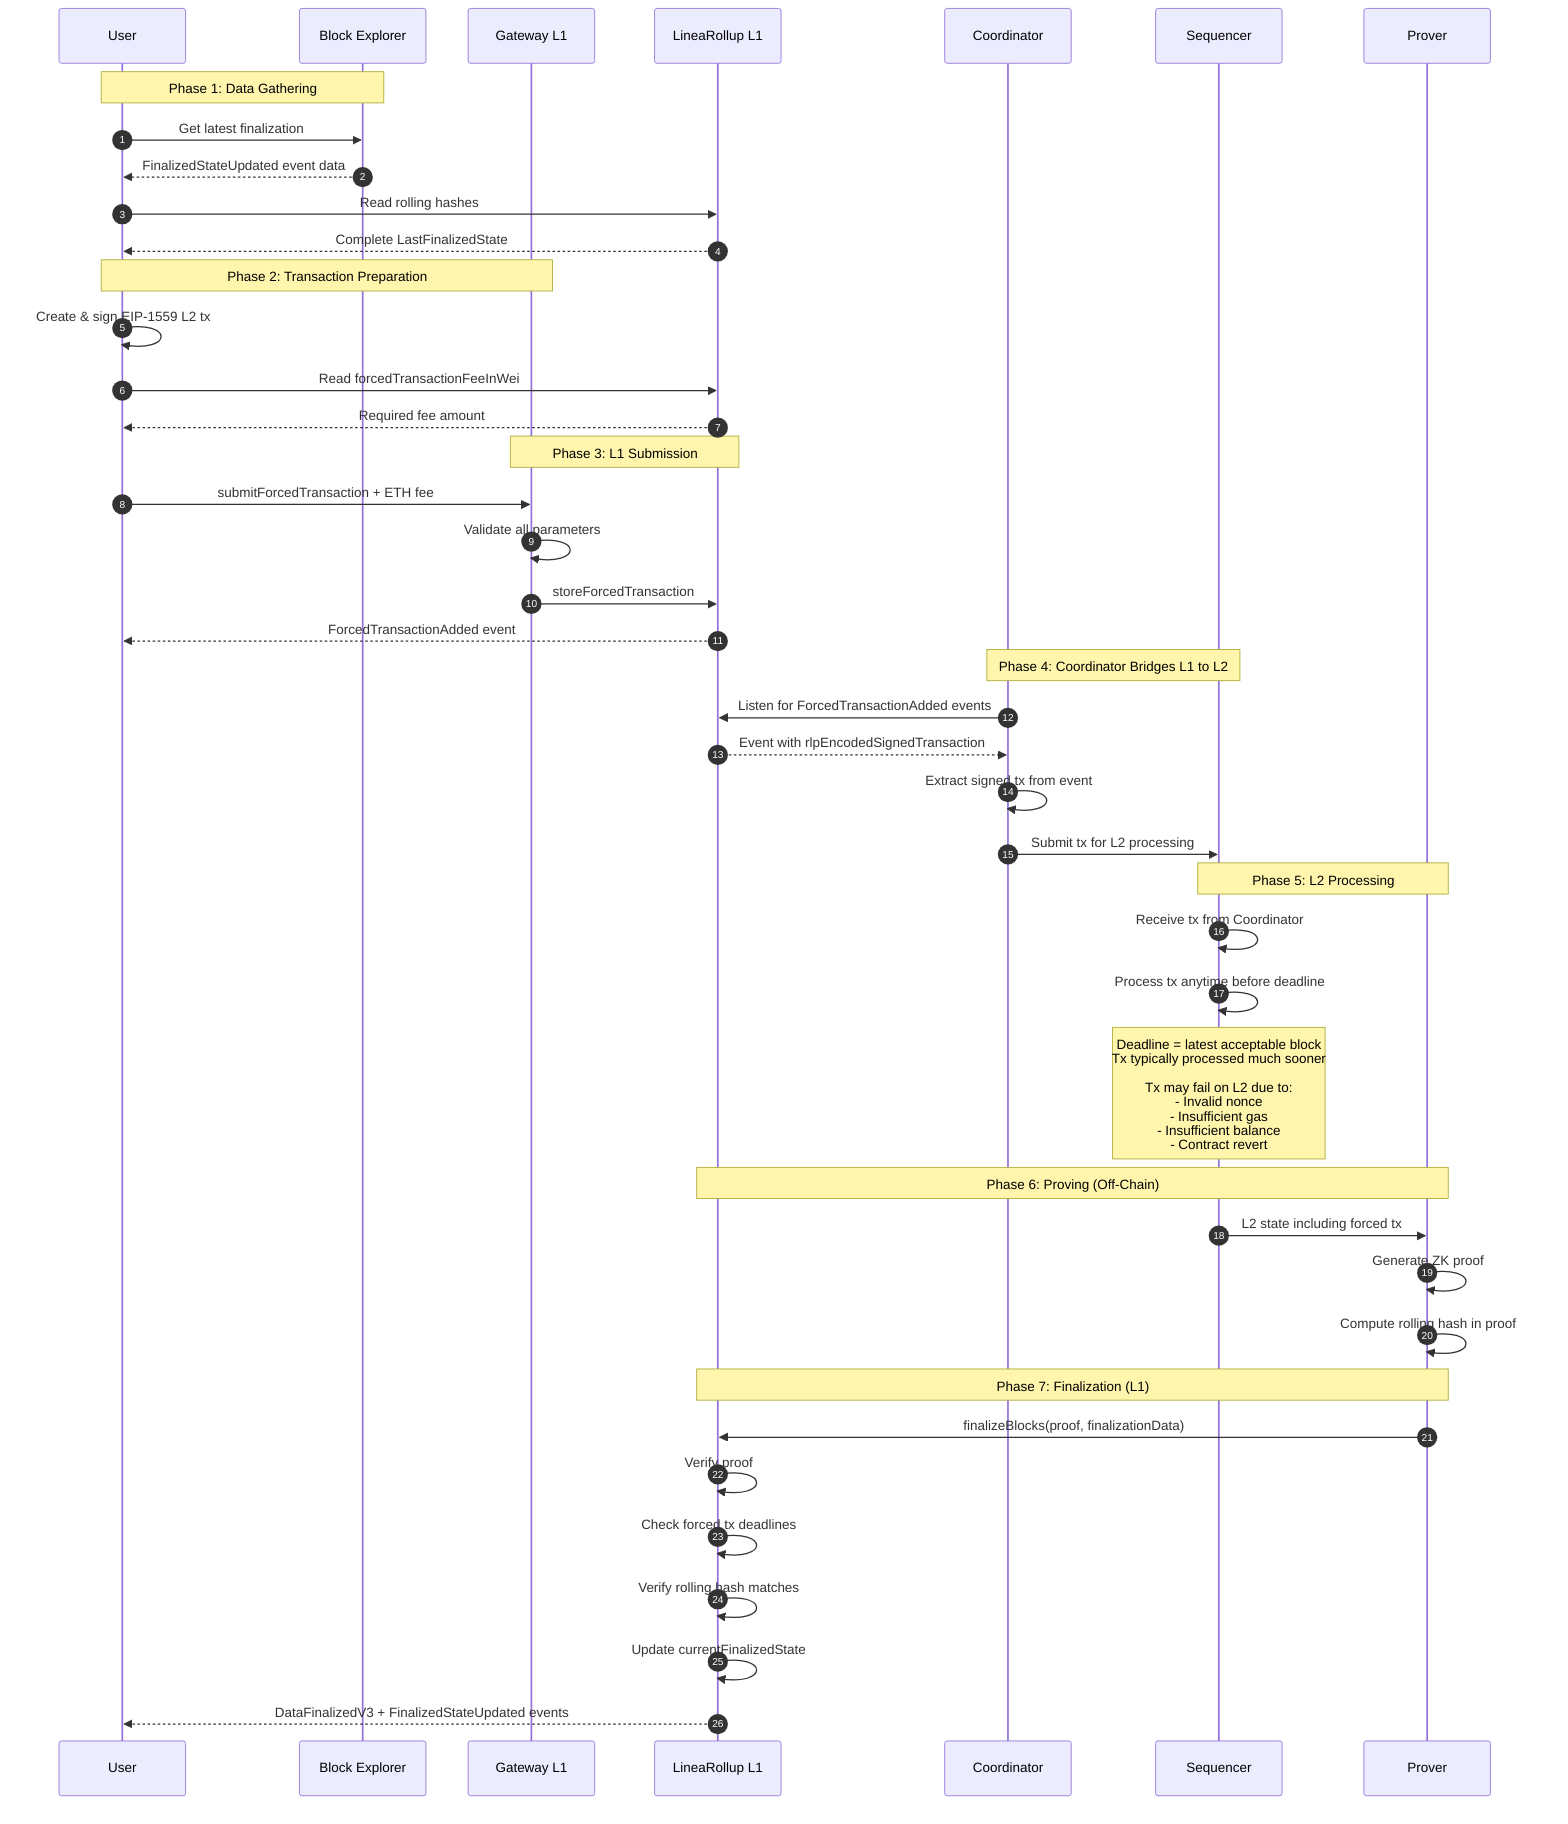
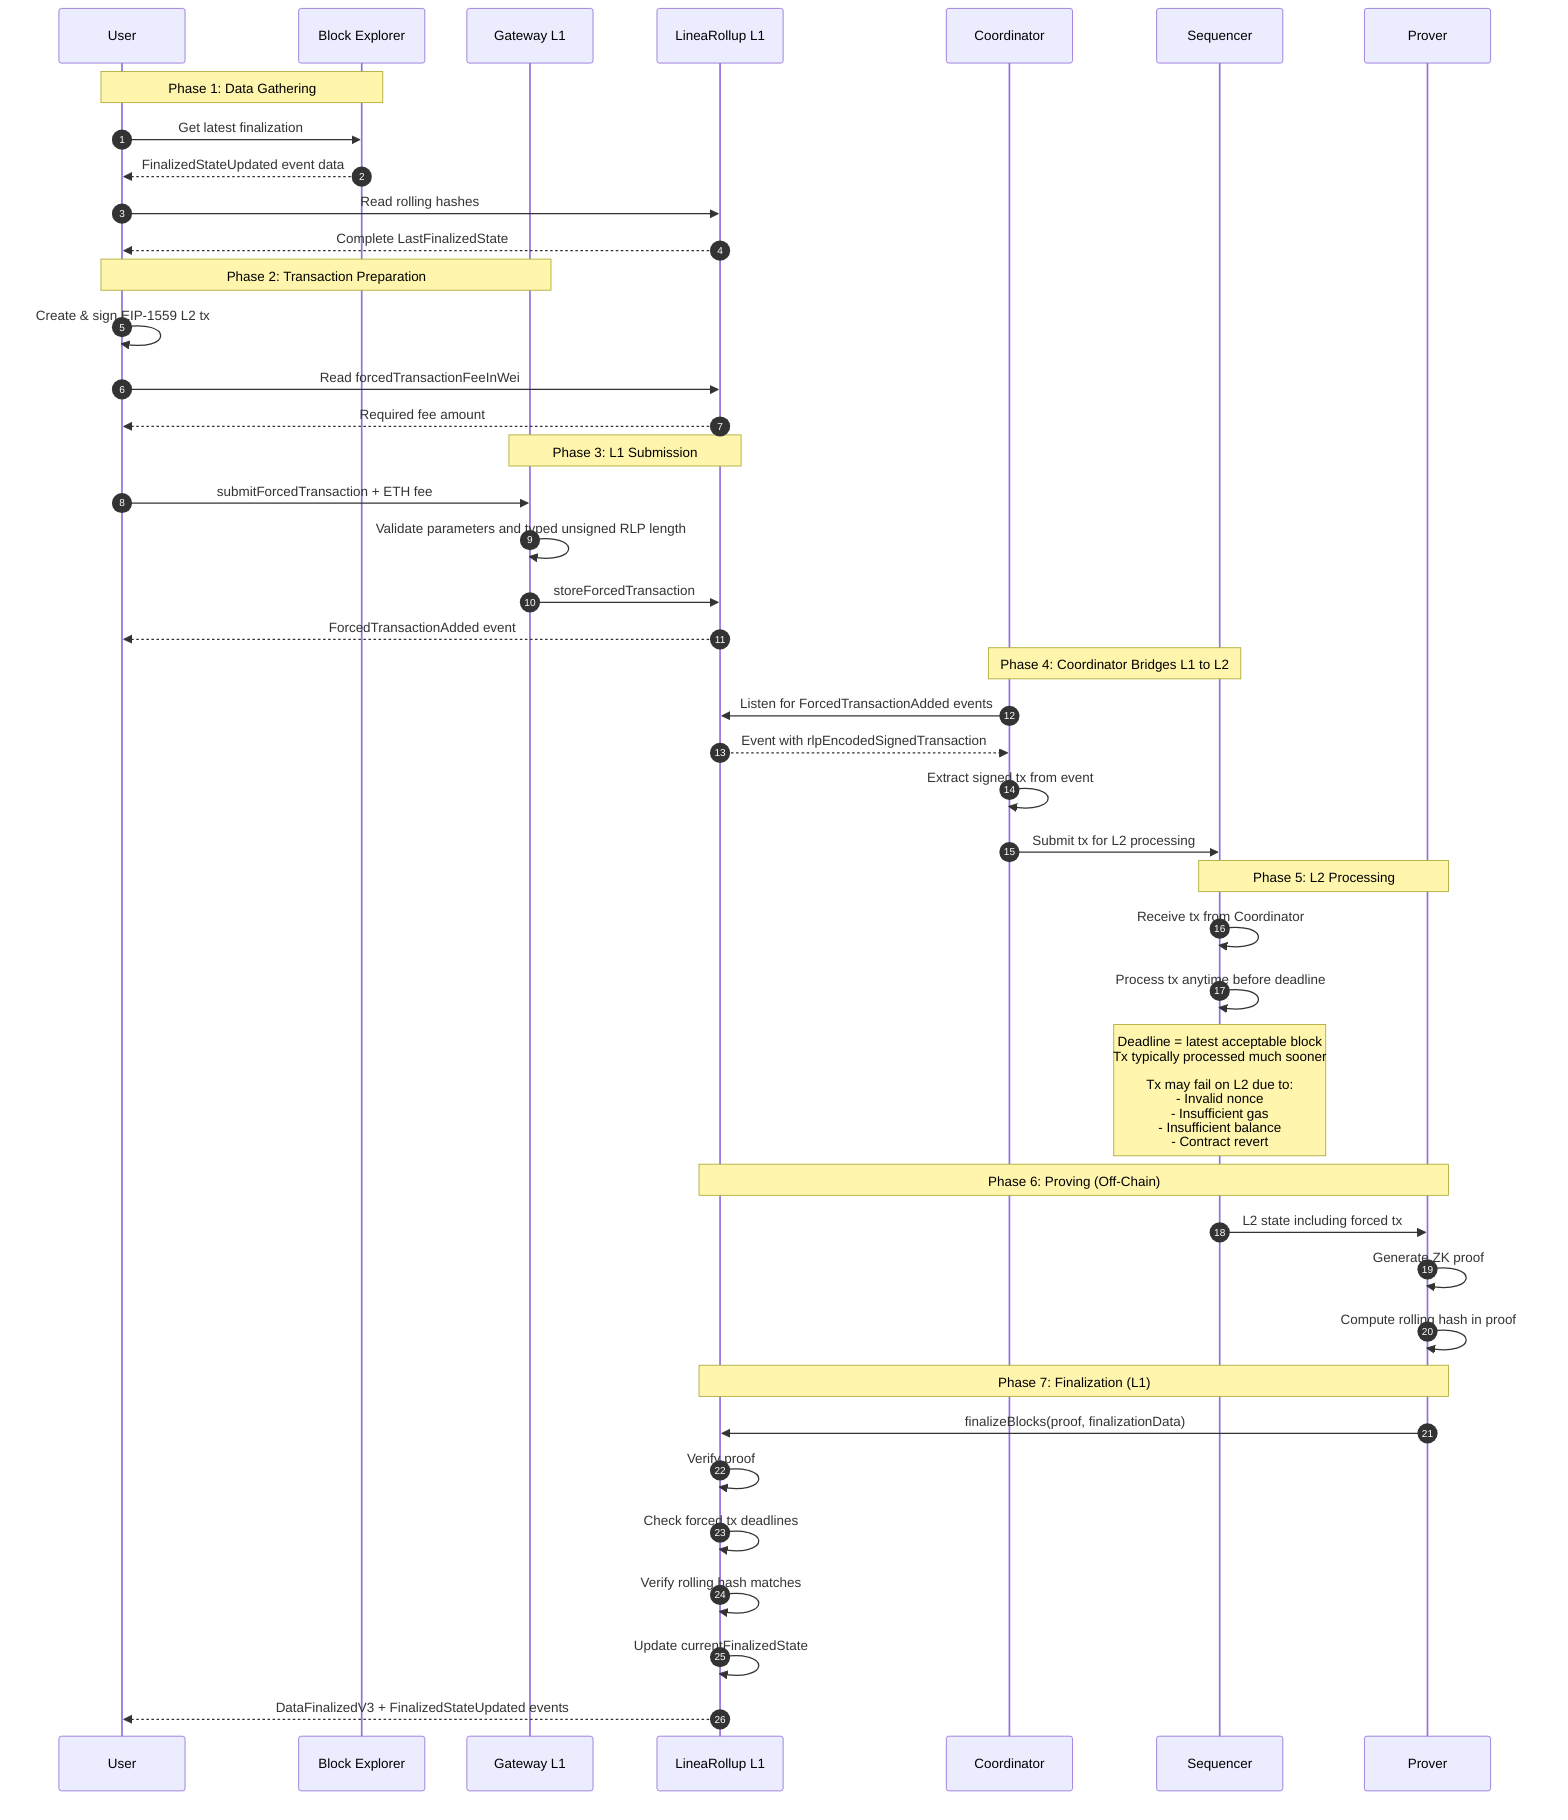
%% Complete End-to-End Forced Transaction Flow
%% Renders with: https://mermaid.live or any Mermaid-compatible viewer

sequenceDiagram
    autonumber
    participant User as User
    participant Explorer as Block Explorer
    participant Gateway as Gateway L1
    participant Rollup as LineaRollup L1
    participant Coordinator as Coordinator
    participant Sequencer as Sequencer
    participant Prover as Prover

    Note over User,Explorer: Phase 1: Data Gathering
    User->>Explorer: Get latest finalization
    Explorer-->>User: FinalizedStateUpdated event data
    User->>Rollup: Read rolling hashes
    Rollup-->>User: Complete LastFinalizedState

    Note over User,Gateway: Phase 2: Transaction Preparation
    User->>User: Create & sign EIP-1559 L2 tx
    User->>Rollup: Read forcedTransactionFeeInWei
    Rollup-->>User: Required fee amount

    Note over Gateway,Rollup: Phase 3: L1 Submission
    User->>Gateway: submitForcedTransaction + ETH fee
-     Gateway->>Gateway: Validate all parameters
+     Gateway->>Gateway: Validate parameters and typed unsigned RLP length
    Gateway->>Rollup: storeForcedTransaction
    Rollup-->>User: ForcedTransactionAdded event

    Note over Coordinator,Sequencer: Phase 4: Coordinator Bridges L1 to L2
    Coordinator->>Rollup: Listen for ForcedTransactionAdded events
    Rollup-->>Coordinator: Event with rlpEncodedSignedTransaction
    Coordinator->>Coordinator: Extract signed tx from event
    Coordinator->>Sequencer: Submit tx for L2 processing

    Note over Sequencer,Prover: Phase 5: L2 Processing
    Sequencer->>Sequencer: Receive tx from Coordinator
    Sequencer->>Sequencer: Process tx anytime before deadline
    Note over Sequencer: Deadline = latest acceptable block<br/>Tx typically processed much sooner<br/><br/>Tx may fail on L2 due to:<br/>- Invalid nonce<br/>- Insufficient gas<br/>- Insufficient balance<br/>- Contract revert

    Note over Prover,Rollup: Phase 6: Proving (Off-Chain)
    Sequencer->>Prover: L2 state including forced tx
    Prover->>Prover: Generate ZK proof
    Prover->>Prover: Compute rolling hash in proof

    Note over Rollup,Prover: Phase 7: Finalization (L1)
    Prover->>Rollup: finalizeBlocks(proof, finalizationData)
    Rollup->>Rollup: Verify proof
    Rollup->>Rollup: Check forced tx deadlines
    Rollup->>Rollup: Verify rolling hash matches
    Rollup->>Rollup: Update currentFinalizedState
    Rollup-->>User: DataFinalizedV3 + FinalizedStateUpdated events
